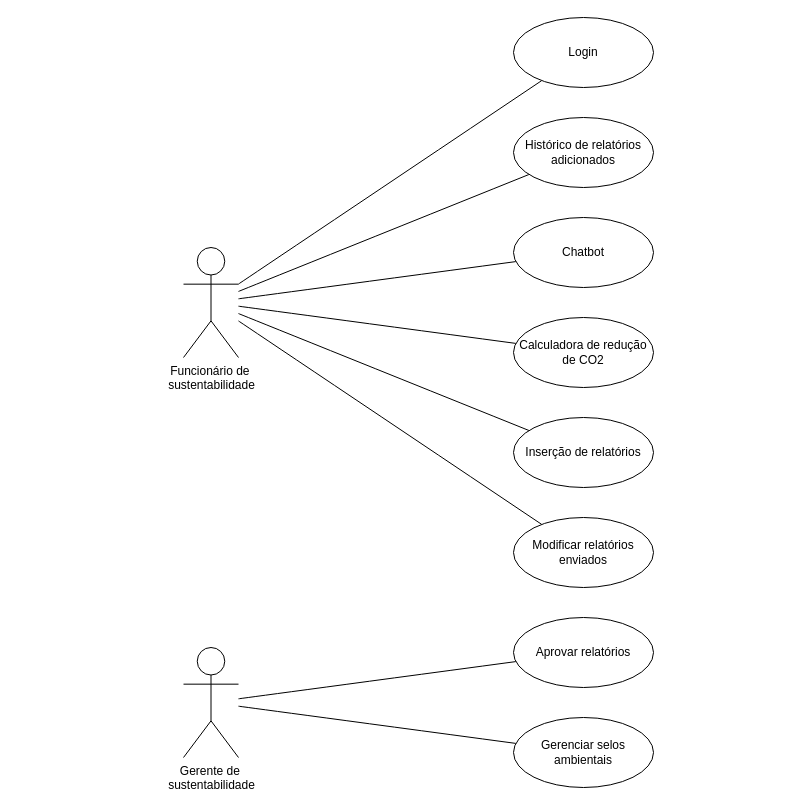
AetherGases/aether-docs keeps this draw.io diagram as Diagrama de Casos de Uso - App.drawio. Above is the earlier version. Source tidied: cells renumbered, new cells numbered last; positions are measured from the earlier drawing's top-left corner, leaving out a move shared by most shapes. Both pictures are drawn from the tidied source at 100%, with x=0, y=0 at pixel (183, 17).
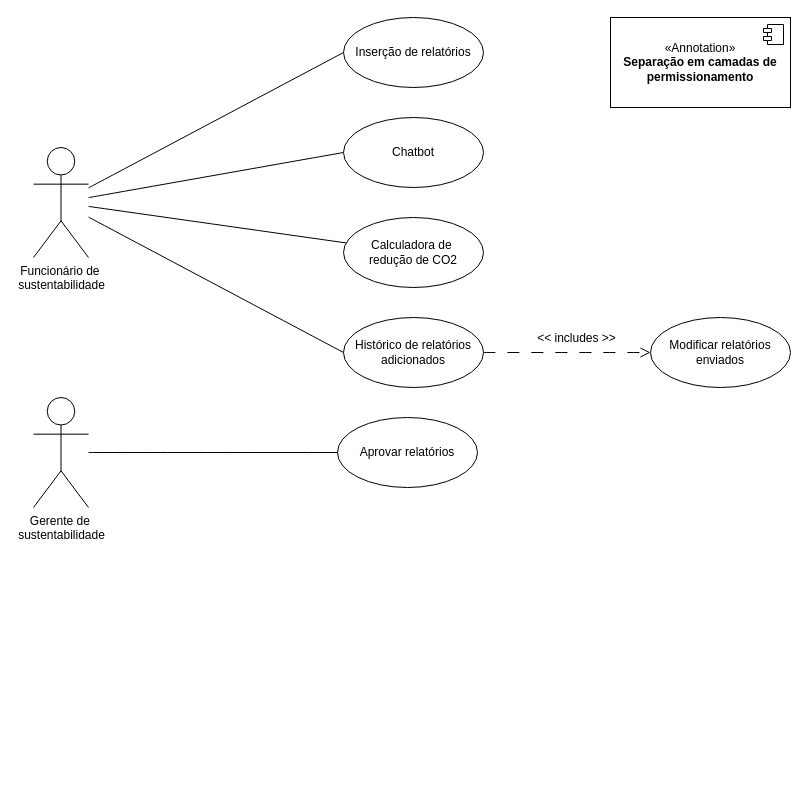
After the change.

Commit message (it also covers changes not shown here):
docs: adicionar diagrama de casos de uso do site e alteracoes no de app

Diff of the diagram source:
```diff
@@
-    <mxCell id="2" style="edgeStyle=none;curved=1;rounded=0;jettySize=auto;html=1;fontSize=12;startSize=8;endSize=8;endArrow=none;endFill=0;" parent="1" edge="1" source="9" target="12">
-      <mxGeometry relative="1" as="geometry" />
-    </mxCell>
-    <mxCell id="3" style="edgeStyle=none;curved=1;rounded=0;jettySize=auto;html=1;fontSize=12;startSize=8;endSize=8;endArrow=none;endFill=0;" parent="1" edge="1" source="9" target="16">
+    <mxCell id="3" style="edgeStyle=none;curved=1;rounded=0;jettySize=auto;html=1;fontSize=12;startSize=8;endSize=8;endArrow=none;endFill=0;entryX=0;entryY=0.5;entryDx=0;entryDy=0;" parent="1" edge="1" source="9" target="16">
       <mxGeometry relative="1" as="geometry" />
     </mxCell>
-    <mxCell id="4" style="edgeStyle=none;curved=1;rounded=0;jettySize=auto;html=1;fontSize=12;startSize=8;endSize=8;endArrow=none;endFill=0;" parent="1" edge="1" source="9" target="14">
+    <mxCell id="4" style="edgeStyle=none;curved=1;rounded=0;jettySize=auto;html=1;fontSize=12;startSize=8;endSize=8;endArrow=none;endFill=0;entryX=0;entryY=0.5;entryDx=0;entryDy=0;" parent="1" edge="1" source="9" target="14">
       <mxGeometry relative="1" as="geometry" />
     </mxCell>
@@
-    <mxCell id="6" style="edgeStyle=none;curved=1;rounded=0;jettySize=auto;html=1;fontSize=12;startSize=8;endSize=8;endArrow=none;endFill=0;" parent="1" edge="1" source="9" target="13">
+    <mxCell id="6" style="edgeStyle=none;curved=1;rounded=0;jettySize=auto;html=1;fontSize=12;startSize=8;endSize=8;endArrow=none;endFill=0;entryX=0;entryY=0.5;entryDx=0;entryDy=0;" parent="1" edge="1" source="9" target="13">
       <mxGeometry relative="1" as="geometry" />
     </mxCell>
-    <mxCell id="7" style="edgeStyle=none;curved=1;rounded=0;jettySize=auto;html=1;fontSize=12;startSize=8;endSize=8;endArrow=none;endFill=0;" parent="1" edge="1" source="9" target="17">
-      <mxGeometry relative="1" as="geometry" />
-    </mxCell>
@@
     <mxCell id="9" value="&lt;div&gt;Funcionário de&amp;nbsp;&lt;/div&gt;&lt;div&gt;sustentabilidade&lt;/div&gt;" style="shape=umlActor;verticalLabelPosition=bottom;verticalAlign=top;html=1;" parent="1" vertex="1">
-      <mxGeometry y="230" width="55" height="110" as="geometry" />
+      <mxGeometry x="-150" y="130" width="55" height="110" as="geometry" />
     </mxCell>
-    <mxCell id="10" style="edgeStyle=none;curved=1;rounded=0;jettySize=auto;html=1;fontSize=12;startSize=8;endSize=8;endArrow=none;endFill=0;" parent="1" edge="1" source="11" target="19">
-      <mxGeometry relative="1" as="geometry" />
-    </mxCell>
     <mxCell id="11" value="&lt;div&gt;Gerente de&amp;nbsp;&lt;/div&gt;&lt;div&gt;sustentabilidade&lt;/div&gt;" style="shape=umlActor;verticalLabelPosition=bottom;verticalAlign=top;html=1;" parent="1" vertex="1">
-      <mxGeometry y="630" width="55" height="110" as="geometry" />
+      <mxGeometry x="-150" y="380" width="55" height="110" as="geometry" />
     </mxCell>
-    <mxCell id="12" value="Login" style="ellipse;whiteSpace=wrap;html=1;" parent="1" vertex="1">
-      <mxGeometry x="330" width="140" height="70" as="geometry" />
-    </mxCell>
     <mxCell id="13" value="Inserção de relatórios" style="ellipse;whiteSpace=wrap;html=1;" parent="1" vertex="1">
-      <mxGeometry x="330" y="400" width="140" height="70" as="geometry" />
+      <mxGeometry x="160" width="140" height="70" as="geometry" />
     </mxCell>
     <mxCell id="14" value="Chatbot" style="ellipse;whiteSpace=wrap;html=1;" parent="1" vertex="1">
-      <mxGeometry x="330" y="200" width="140" height="70" as="geometry" />
+      <mxGeometry x="160" y="100" width="140" height="70" as="geometry" />
     </mxCell>
-    <mxCell id="15" value="Calculadora de redução de CO2" style="ellipse;whiteSpace=wrap;html=1;" parent="1" vertex="1">
-      <mxGeometry x="330" y="300" width="140" height="70" as="geometry" />
+    <mxCell id="15" value="&lt;div&gt;Calculadora de&amp;nbsp;&lt;/div&gt;&lt;div&gt;redução de CO2&lt;/div&gt;" style="ellipse;whiteSpace=wrap;html=1;" parent="1" vertex="1">
+      <mxGeometry x="160" y="200" width="140" height="70" as="geometry" />
     </mxCell>
+    <mxCell id="20" style="edgeStyle=none;curved=1;rounded=0;jettySize=auto;html=1;fontSize=12;startSize=8;endSize=8;dashed=1;dashPattern=12 12;endArrow=open;endFill=0;" parent="1" edge="1" source="16" target="17">
+      <mxGeometry relative="1" as="geometry" />
+    </mxCell>
+    <mxCell id="21" value="&amp;lt;&amp;lt; includes &amp;gt;&amp;gt;" style="edgeLabel;html=1;align=center;verticalAlign=middle;fontSize=12;" parent="20" vertex="1">
+      <mxGeometry x="-0.32" y="1" relative="1" as="geometry">
+        <mxPoint x="35" y="-14" as="offset" />
+      </mxGeometry>
+    </mxCell>
     <mxCell id="16" value="Histórico de relatórios adicionados" style="ellipse;whiteSpace=wrap;html=1;" parent="1" vertex="1">
-      <mxGeometry x="330" y="100" width="140" height="70" as="geometry" />
+      <mxGeometry x="160" y="300" width="140" height="70" as="geometry" />
     </mxCell>
+    <mxCell id="18" value="Aprovar relatórios" style="ellipse;whiteSpace=wrap;html=1;" parent="1" vertex="1">
+      <mxGeometry x="154" y="400" width="140" height="70" as="geometry" />
+    </mxCell>
     <mxCell id="17" value="Modificar relatórios enviados" style="ellipse;whiteSpace=wrap;html=1;" parent="1" vertex="1">
-      <mxGeometry x="330" y="500" width="140" height="70" as="geometry" />
+      <mxGeometry x="467" y="300" width="140" height="70" as="geometry" />
     </mxCell>
-    <mxCell id="18" value="Aprovar relatórios" style="ellipse;whiteSpace=wrap;html=1;" parent="1" vertex="1">
-      <mxGeometry x="330" y="600" width="140" height="70" as="geometry" />
-    </mxCell>
-    <mxCell id="19" value="&lt;div&gt;Gerenciar selos ambientais&lt;/div&gt;" style="ellipse;whiteSpace=wrap;html=1;" parent="1" vertex="1">
-      <mxGeometry x="330" y="700" width="140" height="70" as="geometry" />
-    </mxCell>
+    <mxCell id="22" value="&lt;div&gt;«Annotation»&lt;b&gt;&lt;br&gt;&lt;/b&gt;&lt;/div&gt;&lt;div&gt;&lt;b&gt;Separação em camadas de permissionamento&lt;/b&gt;&lt;/div&gt;" style="html=1;whiteSpace=wrap;" parent="1" vertex="1">
+      <mxGeometry x="427" width="180" height="90" as="geometry" />
+    </mxCell>
+    <mxCell id="23" style="shape=module;jettyWidth=8;jettyHeight=4;" parent="22" vertex="1">
+      <mxGeometry x="1" width="20" height="20" relative="1" as="geometry">
+        <mxPoint x="-27" y="7" as="offset" />
+      </mxGeometry>
+    </mxCell>
```
